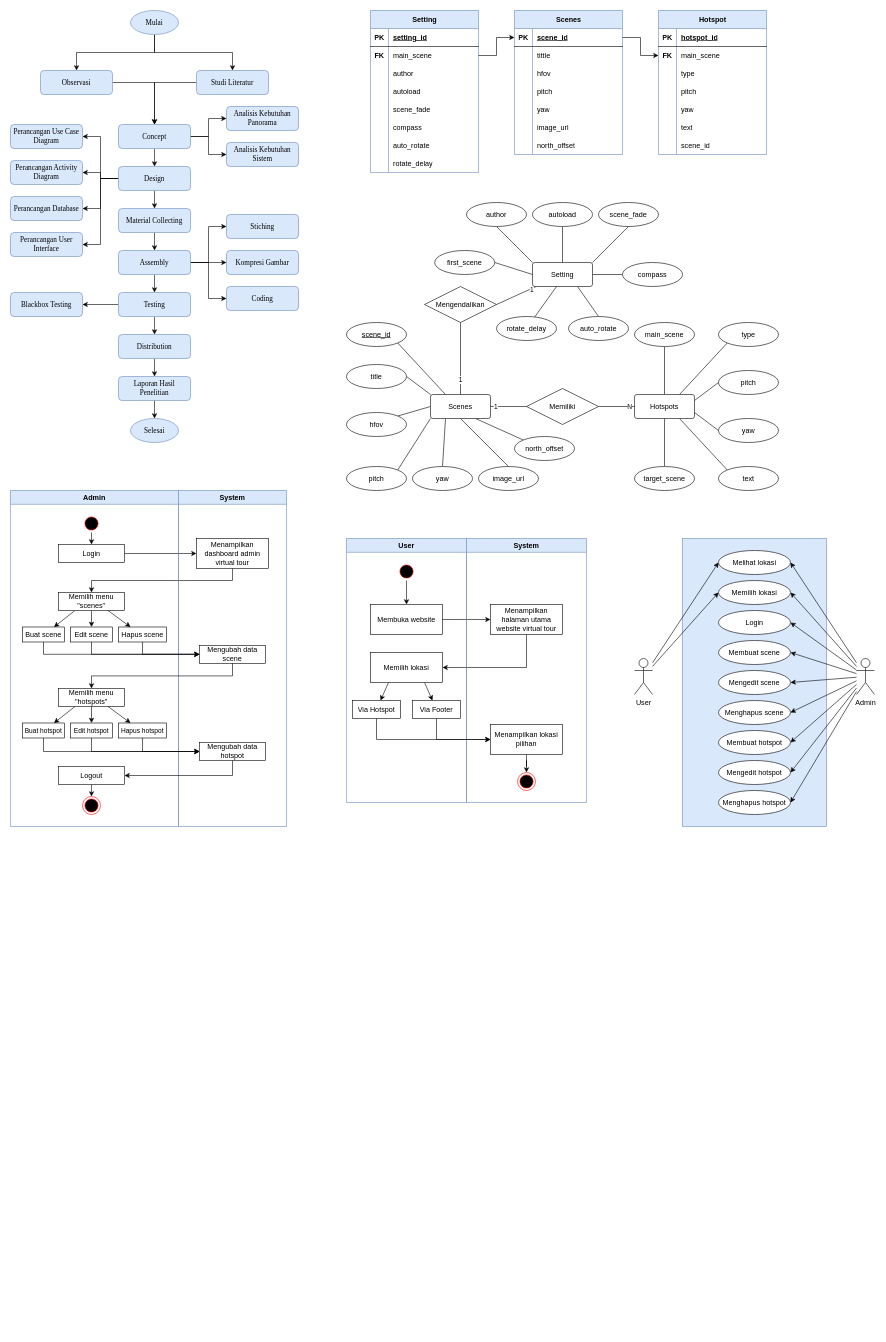
Above: Untitled Diagram.drawio in alfatihart/vt-math (draw.io), before the change. Source tidied: cells renumbered, new cells numbered last; positions are measured from the earlier drawing's top-left corner, leaving out a move shared by most shapes. Both pictures are drawn from the tidied source at 60%, with x=0, y=0 at pixel (10, 10).
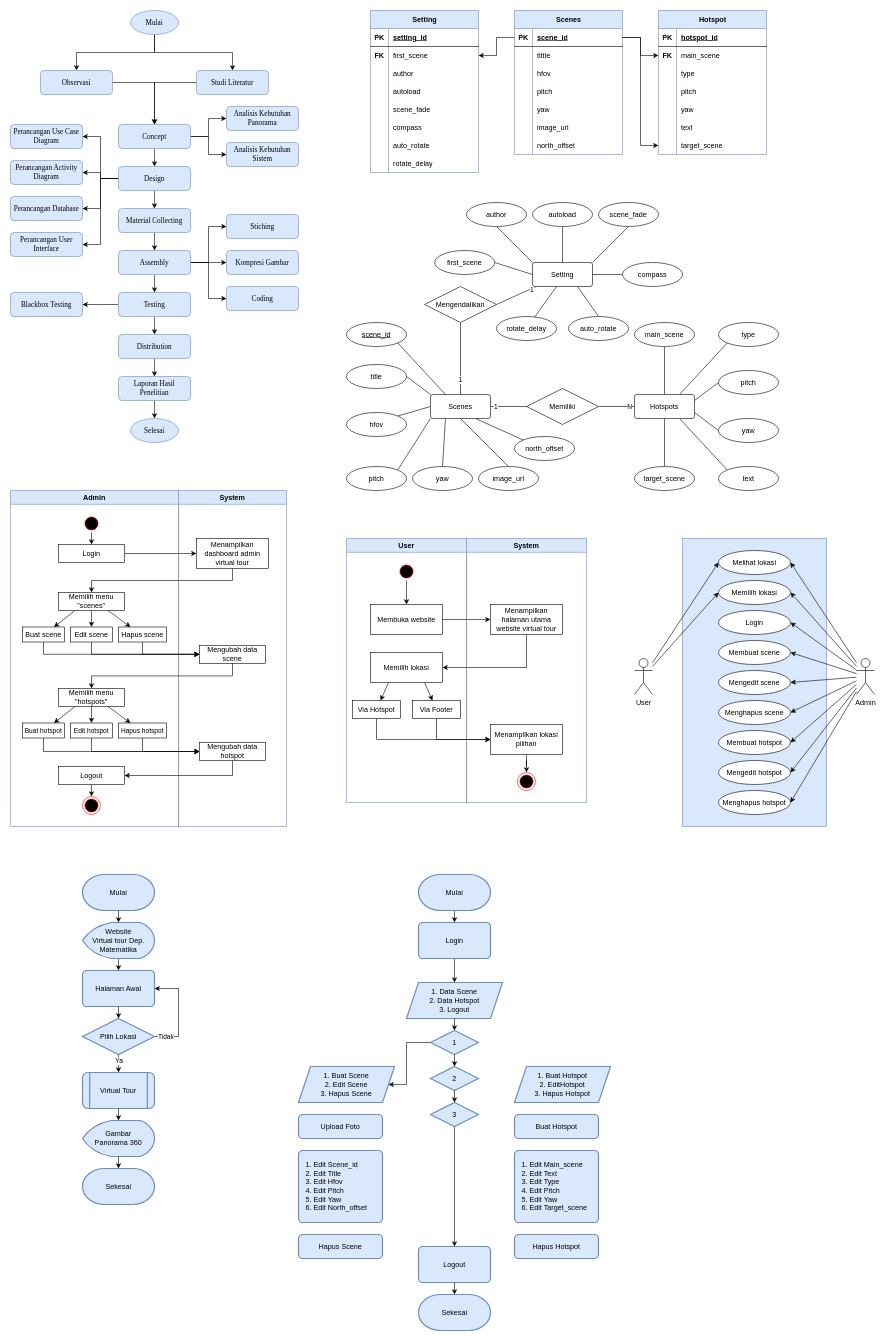
The same page after the edit.

The change refers to these unchanged cells:
```xml
<mxCell id="74" style="shape=tableRow;horizontal=0;startSize=0;swimlaneHead=0;swimlaneBody=0;fillColor=none;points=[[0,0.5],[1,0.5]];portConstraint=eastwest;top=0;left=0;right=0;bottom=1;" parent="73" vertex="1">
  <mxGeometry y="30" width="180" height="30" as="geometry" />
</mxCell>
<mxCell id="99" style="shape=tableRow;horizontal=0;startSize=0;swimlaneHead=0;swimlaneBody=0;fillColor=none;points=[[0,0.5],[1,0.5]];portConstraint=eastwest;top=0;left=0;right=0;bottom=0;" parent="95" vertex="1">
  <mxGeometry y="60" width="180" height="30" as="geometry" />
</mxCell>
<mxCell id="139" style="shape=tableRow;horizontal=0;startSize=0;swimlaneHead=0;swimlaneBody=0;fillColor=none;points=[[0,0.5],[1,0.5]];portConstraint=eastwest;top=0;left=0;right=0;bottom=0;" parent="120" vertex="1">
  <mxGeometry y="210" width="180" height="30" as="geometry" />
</mxCell>
```

What changed in the source:
```diff
@@
-    <mxCell id="101" value="main_scene" style="shape=partialRectangle;fillColor=none;top=0;left=0;bottom=0;right=0;align=left;spacingLeft=6;overflow=hidden;whiteSpace=wrap;html=1;" parent="99" vertex="1">
+    <mxCell id="101" value="first_scene" style="shape=partialRectangle;fillColor=none;top=0;left=0;bottom=0;right=0;align=left;spacingLeft=6;overflow=hidden;whiteSpace=wrap;html=1;" parent="99" vertex="1">
       <mxGeometry x="30" width="150" height="30" as="geometry" />
     </mxCell>
@@
-    <mxCell id="141" value="scene_id" style="shape=partialRectangle;fillColor=none;top=0;left=0;bottom=0;right=0;align=left;spacingLeft=6;overflow=hidden;whiteSpace=wrap;html=1;" parent="139" vertex="1">
+    <mxCell id="141" value="target_scene" style="shape=partialRectangle;fillColor=none;top=0;left=0;bottom=0;right=0;align=left;spacingLeft=6;overflow=hidden;whiteSpace=wrap;html=1;" parent="139" vertex="1">
       <mxGeometry x="30" width="150" height="30" as="geometry" />
     </mxCell>
@@
-    <mxCell id="166" style="edgeStyle=orthogonalEdgeStyle;rounded=0;jettySize=auto;html=1;exitX=1;exitY=0.5;exitDx=0;exitDy=0;entryX=0;entryY=0.5;entryDx=0;entryDy=0;" parent="1" edge="1" source="99" target="74">
+    <mxCell id="166" style="edgeStyle=orthogonalEdgeStyle;rounded=0;jettySize=auto;html=1;exitX=1;exitY=0.5;exitDx=0;exitDy=0;entryX=0;entryY=0.5;entryDx=0;entryDy=0;startArrow=classic;startFill=1;endArrow=none;endFill=0;" parent="1" edge="1" source="99" target="74">
       <mxGeometry relative="1" as="geometry" />
     </mxCell>
@@
+    <mxCell id="244" value="Mulai" style="strokeWidth=2;html=1;shape=mxgraph.flowchart.terminator;whiteSpace=wrap;fillColor=#dae8fc;strokeColor=#6c8ebf;" parent="1" vertex="1">
+      <mxGeometry x="120" y="1440" width="120" height="60" as="geometry" />
+    </mxCell>
+    <mxCell id="245" style="edgeStyle=orthogonalEdgeStyle;rounded=0;jettySize=auto;html=1;exitX=0.5;exitY=1;exitDx=0;exitDy=0;exitPerimeter=0;entryX=0.5;entryY=0;entryDx=0;entryDy=0;" parent="1" edge="1" target="254">
+      <mxGeometry relative="1" as="geometry">
+        <mxPoint x="170" y="1580" as="sourcePoint" />
+      </mxGeometry>
+    </mxCell>
+    <mxCell id="246" value="Website &lt;br&gt;Virtual tour Dep. Matematika" style="strokeWidth=2;html=1;shape=mxgraph.flowchart.display;whiteSpace=wrap;fillColor=#dae8fc;strokeColor=#6c8ebf;" parent="1" vertex="1">
+      <mxGeometry x="120" y="1520" width="120" height="60" as="geometry" />
+    </mxCell>
+    <mxCell id="247" style="edgeStyle=orthogonalEdgeStyle;rounded=0;jettySize=auto;html=1;exitX=1;exitY=0.5;exitDx=0;exitDy=0;exitPerimeter=0;entryX=1;entryY=0.5;entryDx=0;entryDy=0;" parent="1" edge="1" source="251" target="254">
+      <mxGeometry relative="1" as="geometry">
+        <Array as="points">
+          <mxPoint x="280" y="1710" />
+          <mxPoint x="280" y="1630" />
+        </Array>
+      </mxGeometry>
+    </mxCell>
+    <mxCell id="248" value="Tidak" style="edgeLabel;html=1;align=center;verticalAlign=middle;" parent="247" vertex="1">
+      <mxGeometry x="-0.78" y="3" relative="1" as="geometry">
+        <mxPoint y="3" as="offset" />
+      </mxGeometry>
+    </mxCell>
+    <mxCell id="249" style="edgeStyle=orthogonalEdgeStyle;rounded=0;jettySize=auto;html=1;exitX=0.5;exitY=1;exitDx=0;exitDy=0;exitPerimeter=0;entryX=0.5;entryY=0;entryDx=0;entryDy=0;" parent="1" edge="1" source="251" target="255">
+      <mxGeometry relative="1" as="geometry" />
+    </mxCell>
+    <mxCell id="250" value="Ya" style="edgeLabel;html=1;align=center;verticalAlign=middle;" parent="249" vertex="1">
+      <mxGeometry x="-0.33" relative="1" as="geometry" />
+    </mxCell>
+    <mxCell id="251" value="Pilih Lokasi" style="strokeWidth=2;html=1;shape=mxgraph.flowchart.decision;whiteSpace=wrap;fillColor=#dae8fc;strokeColor=#6c8ebf;" parent="1" vertex="1">
+      <mxGeometry x="120" y="1680" width="120" height="60" as="geometry" />
+    </mxCell>
+    <mxCell id="252" value="Gambar &lt;br&gt;Panorama 360" style="strokeWidth=2;html=1;shape=mxgraph.flowchart.display;whiteSpace=wrap;fillColor=#dae8fc;strokeColor=#6c8ebf;" parent="1" vertex="1">
+      <mxGeometry x="120" y="1850" width="120" height="60" as="geometry" />
+    </mxCell>
+    <mxCell id="253" value="Sekesai" style="strokeWidth=2;html=1;shape=mxgraph.flowchart.terminator;whiteSpace=wrap;fillColor=#dae8fc;strokeColor=#6c8ebf;" parent="1" vertex="1">
+      <mxGeometry x="120" y="1930" width="120" height="60" as="geometry" />
+    </mxCell>
+    <mxCell id="254" value="Halaman Awal" style="rounded=1;whiteSpace=wrap;html=1;absoluteArcSize=1;arcSize=14;strokeWidth=2;fillColor=#dae8fc;strokeColor=#6c8ebf;" parent="1" vertex="1">
+      <mxGeometry x="120" y="1600" width="120" height="60" as="geometry" />
+    </mxCell>
+    <mxCell id="255" value="Virtual Tour" style="shape=process;whiteSpace=wrap;html=1;backgroundOutline=1;fillColor=#dae8fc;strokeColor=#6c8ebf;strokeWidth=2;rounded=1;glass=0;shadow=0;" parent="1" vertex="1">
+      <mxGeometry x="120" y="1770" width="120" height="60" as="geometry" />
+    </mxCell>
+    <mxCell id="256" style="edgeStyle=orthogonalEdgeStyle;rounded=0;jettySize=auto;html=1;exitX=0.5;exitY=1;exitDx=0;exitDy=0;exitPerimeter=0;entryX=0.5;entryY=0;entryDx=0;entryDy=0;entryPerimeter=0;" parent="1" edge="1" source="244" target="246">
+      <mxGeometry relative="1" as="geometry" />
+    </mxCell>
+    <mxCell id="257" style="edgeStyle=orthogonalEdgeStyle;rounded=0;jettySize=auto;html=1;exitX=0.5;exitY=1;exitDx=0;exitDy=0;entryX=0.5;entryY=0;entryDx=0;entryDy=0;entryPerimeter=0;" parent="1" edge="1" source="254" target="251">
+      <mxGeometry relative="1" as="geometry" />
+    </mxCell>
+    <mxCell id="258" style="edgeStyle=orthogonalEdgeStyle;rounded=0;jettySize=auto;html=1;exitX=0.5;exitY=1;exitDx=0;exitDy=0;entryX=0.5;entryY=0;entryDx=0;entryDy=0;entryPerimeter=0;" parent="1" edge="1" source="255" target="252">
+      <mxGeometry relative="1" as="geometry" />
+    </mxCell>
+    <mxCell id="259" style="edgeStyle=orthogonalEdgeStyle;rounded=0;jettySize=auto;html=1;exitX=0.5;exitY=1;exitDx=0;exitDy=0;exitPerimeter=0;entryX=0.5;entryY=0;entryDx=0;entryDy=0;entryPerimeter=0;" parent="1" edge="1" source="252" target="253">
+      <mxGeometry relative="1" as="geometry" />
+    </mxCell>
+    <mxCell id="260" style="edgeStyle=orthogonalEdgeStyle;rounded=0;jettySize=auto;html=1;exitX=0.5;exitY=1;exitDx=0;exitDy=0;exitPerimeter=0;entryX=0.5;entryY=0;entryDx=0;entryDy=0;" parent="1" edge="1" source="261" target="263">
+      <mxGeometry relative="1" as="geometry" />
+    </mxCell>
+    <mxCell id="261" value="Mulai" style="strokeWidth=2;html=1;shape=mxgraph.flowchart.terminator;whiteSpace=wrap;fillColor=#dae8fc;strokeColor=#6c8ebf;" parent="1" vertex="1">
+      <mxGeometry x="680" y="1440" width="120" height="60" as="geometry" />
+    </mxCell>
+    <mxCell id="262" style="edgeStyle=orthogonalEdgeStyle;rounded=0;jettySize=auto;html=1;exitX=0.5;exitY=1;exitDx=0;exitDy=0;entryX=0.5;entryY=0;entryDx=0;entryDy=0;" parent="1" edge="1" source="263" target="264">
+      <mxGeometry relative="1" as="geometry" />
+    </mxCell>
+    <mxCell id="263" value="Login" style="rounded=1;whiteSpace=wrap;html=1;absoluteArcSize=1;arcSize=14;strokeWidth=2;fillColor=#dae8fc;strokeColor=#6c8ebf;" parent="1" vertex="1">
+      <mxGeometry x="680" y="1520" width="120" height="60" as="geometry" />
+    </mxCell>
+    <mxCell id="264" value="1. Data Scene&lt;br&gt;2. Data Hotspot&lt;br&gt;3. Logout" style="shape=parallelogram;perimeter=parallelogramPerimeter;whiteSpace=wrap;html=1;fixedSize=1;fillColor=#dae8fc;strokeColor=#6c8ebf;strokeWidth=2;" parent="1" vertex="1">
+      <mxGeometry x="660" y="1620" width="160" height="60" as="geometry" />
+    </mxCell>
+    <mxCell id="265" style="edgeStyle=orthogonalEdgeStyle;rounded=0;jettySize=auto;html=1;exitX=0;exitY=0.5;exitDx=0;exitDy=0;exitPerimeter=0;entryX=1;entryY=0.5;entryDx=0;entryDy=0;" parent="1" edge="1" source="266" target="276">
+      <mxGeometry relative="1" as="geometry">
+        <Array as="points">
+          <mxPoint x="660" y="1720" />
+          <mxPoint x="660" y="1790" />
+        </Array>
+      </mxGeometry>
+    </mxCell>
+    <mxCell id="266" value="1" style="strokeWidth=2;html=1;shape=mxgraph.flowchart.decision;whiteSpace=wrap;fillColor=#dae8fc;strokeColor=#6c8ebf;" parent="1" vertex="1">
+      <mxGeometry x="700" y="1700" width="80" height="40" as="geometry" />
+    </mxCell>
+    <mxCell id="267" style="edgeStyle=orthogonalEdgeStyle;rounded=0;jettySize=auto;html=1;exitX=0.5;exitY=1;exitDx=0;exitDy=0;entryX=0.5;entryY=0;entryDx=0;entryDy=0;entryPerimeter=0;" parent="1" edge="1" source="264" target="266">
+      <mxGeometry relative="1" as="geometry" />
+    </mxCell>
+    <mxCell id="268" value="2" style="strokeWidth=2;html=1;shape=mxgraph.flowchart.decision;whiteSpace=wrap;fillColor=#dae8fc;strokeColor=#6c8ebf;" parent="1" vertex="1">
+      <mxGeometry x="700" y="1760" width="80" height="40" as="geometry" />
+    </mxCell>
+    <mxCell id="269" style="edgeStyle=orthogonalEdgeStyle;rounded=0;jettySize=auto;html=1;exitX=0.5;exitY=1;exitDx=0;exitDy=0;exitPerimeter=0;entryX=0.5;entryY=0;entryDx=0;entryDy=0;" parent="1" edge="1" source="270" target="271">
+      <mxGeometry relative="1" as="geometry" />
+    </mxCell>
+    <mxCell id="270" value="3" style="strokeWidth=2;html=1;shape=mxgraph.flowchart.decision;whiteSpace=wrap;fillColor=#dae8fc;strokeColor=#6c8ebf;" parent="1" vertex="1">
+      <mxGeometry x="700" y="1820" width="80" height="40" as="geometry" />
+    </mxCell>
+    <mxCell id="271" value="Logout" style="rounded=1;whiteSpace=wrap;html=1;absoluteArcSize=1;arcSize=14;strokeWidth=2;fillColor=#dae8fc;strokeColor=#6c8ebf;" parent="1" vertex="1">
+      <mxGeometry x="680" y="2060" width="120" height="60" as="geometry" />
+    </mxCell>
+    <mxCell id="272" style="edgeStyle=orthogonalEdgeStyle;rounded=0;jettySize=auto;html=1;exitX=0.5;exitY=1;exitDx=0;exitDy=0;exitPerimeter=0;entryX=0.5;entryY=0;entryDx=0;entryDy=0;entryPerimeter=0;" parent="1" edge="1" source="266" target="268">
+      <mxGeometry relative="1" as="geometry" />
+    </mxCell>
+    <mxCell id="273" style="edgeStyle=orthogonalEdgeStyle;rounded=0;jettySize=auto;html=1;exitX=0.5;exitY=1;exitDx=0;exitDy=0;exitPerimeter=0;entryX=0.5;entryY=0;entryDx=0;entryDy=0;entryPerimeter=0;" parent="1" edge="1" source="268" target="270">
+      <mxGeometry relative="1" as="geometry" />
+    </mxCell>
+    <mxCell id="274" value="Sekesai" style="strokeWidth=2;html=1;shape=mxgraph.flowchart.terminator;whiteSpace=wrap;fillColor=#dae8fc;strokeColor=#6c8ebf;" parent="1" vertex="1">
+      <mxGeometry x="680" y="2140" width="120" height="60" as="geometry" />
+    </mxCell>
+    <mxCell id="275" style="edgeStyle=orthogonalEdgeStyle;rounded=0;jettySize=auto;html=1;exitX=0.5;exitY=1;exitDx=0;exitDy=0;entryX=0.5;entryY=0;entryDx=0;entryDy=0;entryPerimeter=0;" parent="1" edge="1" source="271" target="274">
+      <mxGeometry relative="1" as="geometry" />
+    </mxCell>
+    <mxCell id="276" value="1. Buat Scene&lt;br&gt;2. Edit Scene&lt;br&gt;3. Hapus Scene" style="shape=parallelogram;perimeter=parallelogramPerimeter;whiteSpace=wrap;html=1;fixedSize=1;fillColor=#dae8fc;strokeColor=#6c8ebf;strokeWidth=2;" parent="1" vertex="1">
+      <mxGeometry x="480" y="1760" width="160" height="60" as="geometry" />
+    </mxCell>
+    <mxCell id="277" value="1. Buat Hotspot&lt;br&gt;2. EditHotspot&lt;br&gt;3. Hapus Hotspot" style="shape=parallelogram;perimeter=parallelogramPerimeter;whiteSpace=wrap;html=1;fixedSize=1;fillColor=#dae8fc;strokeColor=#6c8ebf;strokeWidth=2;" parent="1" vertex="1">
+      <mxGeometry x="840" y="1760" width="160" height="60" as="geometry" />
+    </mxCell>
+    <mxCell id="278" value="Upload Foto" style="rounded=1;whiteSpace=wrap;html=1;absoluteArcSize=1;arcSize=14;strokeWidth=2;fillColor=#dae8fc;strokeColor=#6c8ebf;" parent="1" vertex="1">
+      <mxGeometry x="480" y="1840" width="140" height="40" as="geometry" />
+    </mxCell>
+    <mxCell id="279" value="Buat Hotspot" style="rounded=1;whiteSpace=wrap;html=1;absoluteArcSize=1;arcSize=14;strokeWidth=2;fillColor=#dae8fc;strokeColor=#6c8ebf;" parent="1" vertex="1">
+      <mxGeometry x="840" y="1840" width="140" height="40" as="geometry" />
+    </mxCell>
+    <mxCell id="280" value="1. Edit Scene_id&lt;br&gt;2. Edit Title&lt;br&gt;3. Edit Hfov&lt;br&gt;4. Edit Pitch&lt;br&gt;5. Edit Yaw&lt;br&gt;6. Edit North_offset" style="rounded=1;whiteSpace=wrap;html=1;absoluteArcSize=1;arcSize=14;strokeWidth=2;fillColor=#dae8fc;strokeColor=#6c8ebf;align=left;spacingLeft=10;" parent="1" vertex="1">
+      <mxGeometry x="480" y="1900" width="140" height="120" as="geometry" />
+    </mxCell>
+    <mxCell id="281" value="1. Edit Main_scene&lt;br&gt;2. Edit Text&lt;br&gt;3. Edit Type&lt;br&gt;4. Edit Pitch&lt;br&gt;5. Edit Yaw&lt;br&gt;6. Edit Target_scene" style="rounded=1;whiteSpace=wrap;html=1;absoluteArcSize=1;arcSize=14;strokeWidth=2;fillColor=#dae8fc;strokeColor=#6c8ebf;align=left;spacingLeft=10;" parent="1" vertex="1">
+      <mxGeometry x="840" y="1900" width="140" height="120" as="geometry" />
+    </mxCell>
+    <mxCell id="282" style="edgeStyle=orthogonalEdgeStyle;rounded=0;jettySize=auto;html=1;exitX=1;exitY=0.5;exitDx=0;exitDy=0;entryX=0;entryY=0.5;entryDx=0;entryDy=0;" parent="1" edge="1" source="74" target="139">
+      <mxGeometry relative="1" as="geometry" />
+    </mxCell>
+    <mxCell id="283" value="Hapus Scene" style="rounded=1;whiteSpace=wrap;html=1;absoluteArcSize=1;arcSize=14;strokeWidth=2;fillColor=#dae8fc;strokeColor=#6c8ebf;" parent="1" vertex="1">
+      <mxGeometry x="480" y="2040" width="140" height="40" as="geometry" />
+    </mxCell>
+    <mxCell id="284" value="Hapus Hotspot" style="rounded=1;whiteSpace=wrap;html=1;absoluteArcSize=1;arcSize=14;strokeWidth=2;fillColor=#dae8fc;strokeColor=#6c8ebf;" parent="1" vertex="1">
+      <mxGeometry x="840" y="2040" width="140" height="40" as="geometry" />
+    </mxCell>
```
